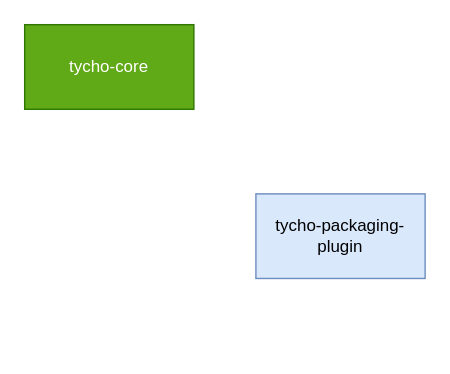
This is Untitled Diagram.drawio from bixiyan/designfiles, a draw.io file, before an edit. Source tidied: cells renumbered, new cells numbered last; positions are measured from the earlier drawing's top-left corner, leaving out a move shared by most shapes. Both pictures are drawn from the tidied source at 141%, with x=0, y=0 at pixel (24, 24).
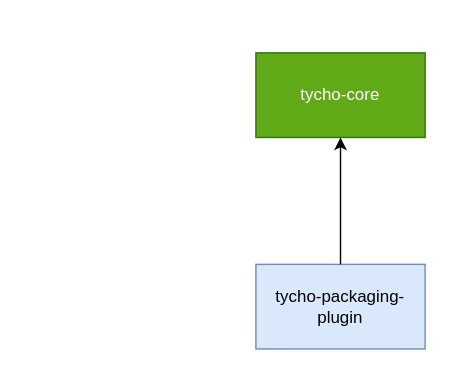
The same diagram, later.

Commit message:
tycho dependency

Diff of the diagram source:
```diff
@@
 <mxGraphModel>
   <root>
     <mxCell id="0" />
     <mxCell id="1" parent="0" />
     <mxCell id="2" value="tycho-packaging-plugin" style="rounded=0;whiteSpace=wrap;html=1;fillColor=#dae8fc;strokeColor=#6c8ebf;" parent="1" vertex="1">
-      <mxGeometry x="164" y="120" width="120" height="60" as="geometry" />
+      <mxGeometry x="164" y="170" width="120" height="60" as="geometry" />
     </mxCell>
     <mxCell id="3" value="tycho-core" style="rounded=0;whiteSpace=wrap;html=1;fillColor=#60a917;strokeColor=#2D7600;fontColor=#ffffff;" parent="1" vertex="1">
-      <mxGeometry width="120" height="60" as="geometry" />
+      <mxGeometry x="164" y="20" width="120" height="60" as="geometry" />
     </mxCell>
+    <mxCell id="4" style="endArrow=classic;html=1;entryX=0.5;entryY=1;entryDx=0;entryDy=0;exitX=0.5;exitY=0;exitDx=0;exitDy=0;" parent="1" edge="1" source="2" target="3">
+      <mxGeometry relative="1" as="geometry" />
+    </mxCell>
   </root>
 </mxGraphModel>
```
